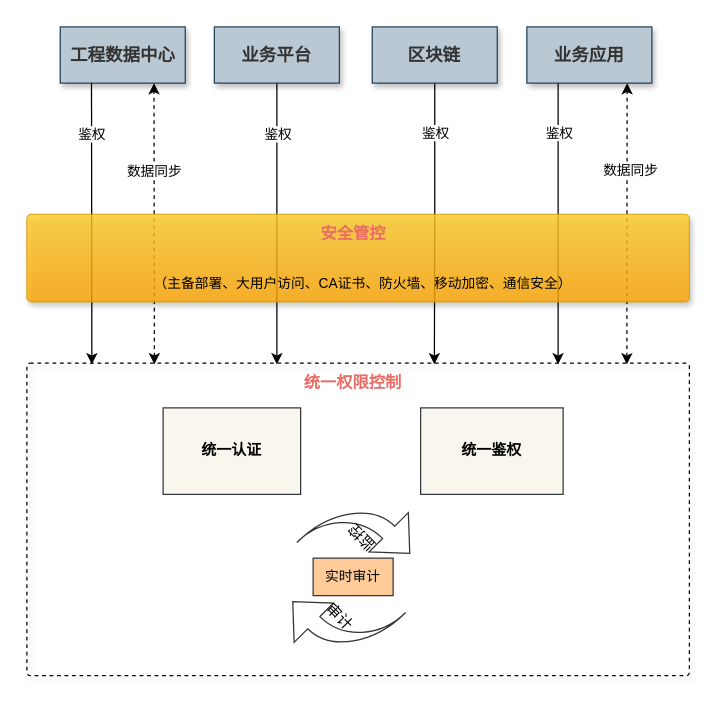
Before: page "第 1 页" (1 of 2) of 东庄信息化项目-统一权限管理-总设计图.drawio in sun-beijixing/drawio, a draw.io diagram. Source tidied: cells renumbered, new cells numbered last; positions are measured from the earlier drawing's top-left corner, leaving out a move shared by most shapes. Both pictures are drawn from the tidied source at 125%, with x=0, y=0 at pixel (26, 26).
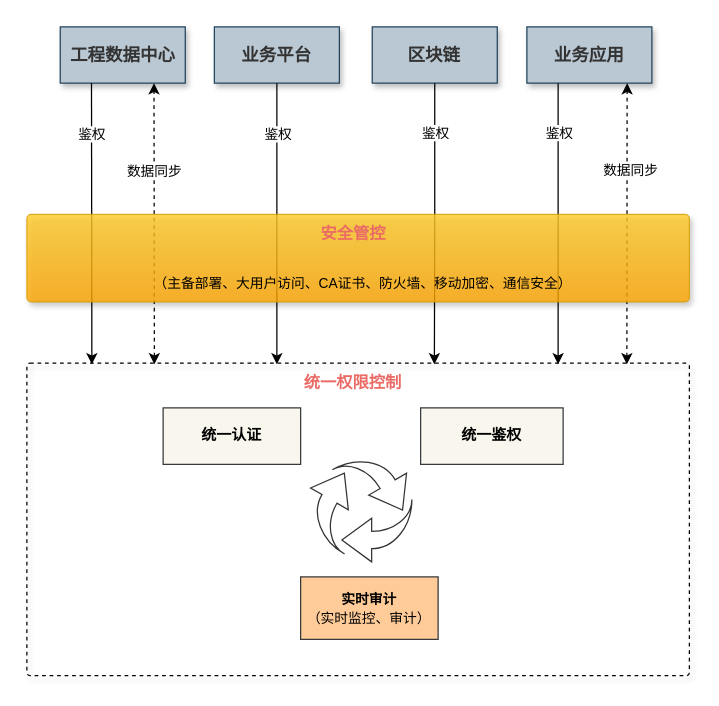
Above is the later version.

Commit message (it also covers changes not shown here):
更新东庄信息化项目-统一权限管理-总设计图.drawio

The edit, as a diff of the source:
```diff
@@
     <mxCell id="10" value="&lt;b&gt;统一认证&lt;/b&gt;" style="rounded=0;whiteSpace=wrap;html=1;shadow=0;fontSize=12;fillColor=#f9f7ed;strokeColor=#36393d;" parent="1" vertex="1">
-      <mxGeometry x="109" y="304.8" width="110" height="69.2" as="geometry" />
+      <mxGeometry x="109" y="304.8" width="110" height="45.2" as="geometry" />
     </mxCell>
     <mxCell id="11" value="&lt;b&gt;统一鉴权&lt;/b&gt;" style="rounded=0;whiteSpace=wrap;html=1;shadow=0;fontSize=12;fillColor=#f9f7ed;strokeColor=#36393d;" parent="1" vertex="1">
-      <mxGeometry x="315" y="304.8" width="114" height="69.2" as="geometry" />
+      <mxGeometry x="315" y="304.8" width="114" height="45.2" as="geometry" />
     </mxCell>
@@
-    <mxCell id="18" value="审计" style="html=1;shadow=0;dashed=0;align=center;verticalAlign=middle;shape=mxgraph.arrows2.jumpInArrow;dy=6.92;dx=23.83;arrowHead=44.5;opacity=80;direction=west;rotation=45;" parent="1" vertex="1">
-      <mxGeometry x="215" y="432" width="70" height="80" as="geometry" />
-    </mxCell>
-    <mxCell id="19" value="监控" style="html=1;shadow=0;dashed=0;align=center;verticalAlign=middle;shape=mxgraph.arrows2.jumpInArrow;dy=6.92;dx=23.83;arrowHead=44.5;opacity=80;direction=west;rotation=-135;" parent="1" vertex="1">
-      <mxGeometry x="234" y="369" width="70" height="80" as="geometry" />
+    <mxCell id="19" style="html=1;shadow=0;dashed=0;align=center;verticalAlign=middle;shape=mxgraph.arrows2.jumpInArrow;dy=6.92;dx=23.83;arrowHead=34.9;opacity=80;direction=west;rotation=120;" parent="1" vertex="1">
+      <mxGeometry x="218.5" y="360" width="56" height="50" as="geometry" />
     </mxCell>
-    <mxCell id="20" value="&lt;span style=&quot;font-size: 11px;&quot;&gt;实时审计&lt;/span&gt;" style="rounded=0;whiteSpace=wrap;html=1;shadow=0;fontSize=12;fillColor=#ffcc99;strokeColor=#36393d;" parent="1" vertex="1">
-      <mxGeometry x="229" y="425" width="64" height="30" as="geometry" />
+    <mxCell id="20" value="&lt;span style=&quot;font-size: 11px;&quot;&gt;&lt;b&gt;实时审计&lt;/b&gt;&lt;br&gt;（实时监控、审计）&lt;br&gt;&lt;/span&gt;" style="rounded=0;whiteSpace=wrap;html=1;shadow=0;fontSize=12;fillColor=#ffcc99;strokeColor=#36393d;" parent="1" vertex="1">
+      <mxGeometry x="219" y="440" width="110" height="50" as="geometry" />
     </mxCell>
@@
+    <mxCell id="28" style="html=1;shadow=0;dashed=0;align=center;verticalAlign=middle;shape=mxgraph.arrows2.jumpInArrow;dy=6.92;dx=23.83;arrowHead=34.9;opacity=80;direction=west;rotation=240;" parent="1" vertex="1">
+      <mxGeometry x="252" y="341" width="56" height="50" as="geometry" />
+    </mxCell>
+    <mxCell id="29" style="html=1;shadow=0;dashed=0;align=center;verticalAlign=middle;shape=mxgraph.arrows2.jumpInArrow;dy=6.92;dx=23.83;arrowHead=34.9;opacity=80;direction=west;rotation=0;" parent="1" vertex="1">
+      <mxGeometry x="252" y="378" width="56" height="50" as="geometry" />
+    </mxCell>
```
